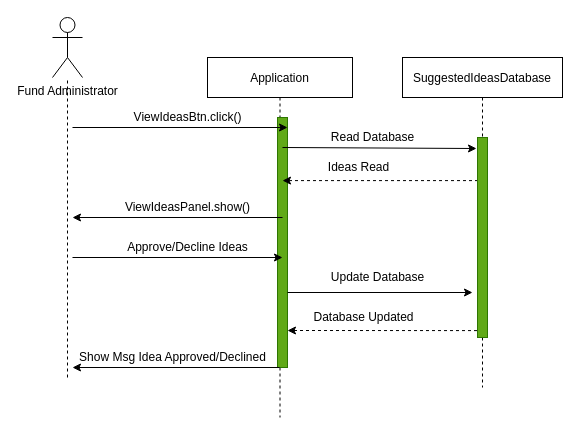
Above: Documents, diagrams etc/Client_SequenceDiagram.drawio in danelms/softEng (draw.io), before the change. Source tidied: cells renumbered, new cells numbered last; positions are measured from the earlier drawing's top-left corner, leaving out a move shared by most shapes. Both pictures are drawn from the tidied source at 100%, with x=0, y=0 at pixel (52, 17).
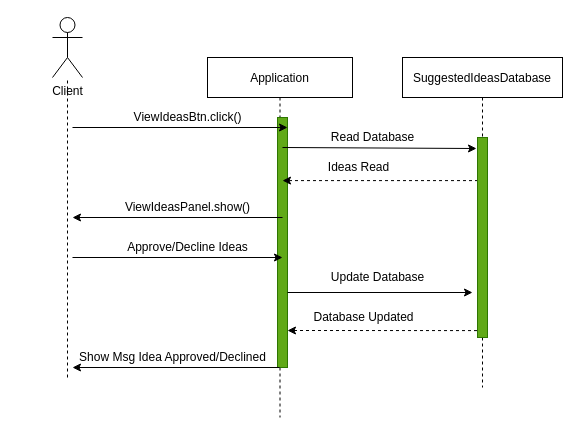
Above is the later version.

The edit, as a diff of the source:
```diff
@@
-    <mxCell id="12" value="&lt;font face=&quot;helvetica&quot;&gt;Fund Administrator&lt;/font&gt;" style="shape=umlActor;verticalLabelPosition=bottom;verticalAlign=top;html=1;outlineConnect=0;" parent="1" vertex="1">
+    <mxCell id="12" value="&lt;font face=&quot;helvetica&quot;&gt;Client&lt;/font&gt;" style="shape=umlActor;verticalLabelPosition=bottom;verticalAlign=top;html=1;outlineConnect=0;" parent="1" vertex="1">
       <mxGeometry width="30" height="60" as="geometry" />
     </mxCell>
```
